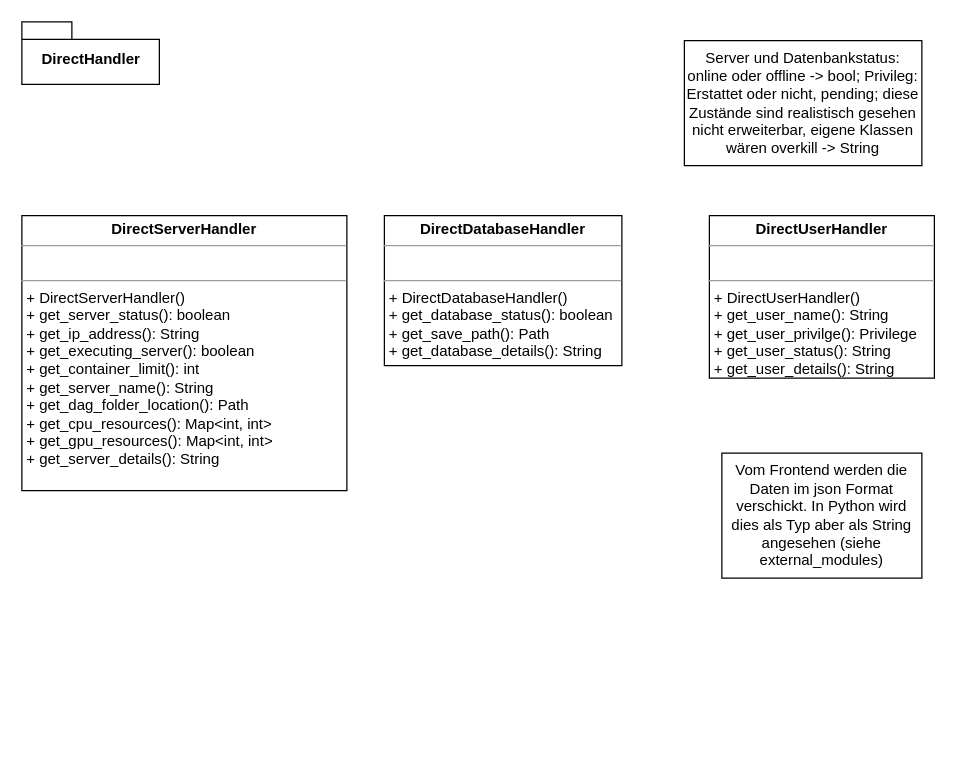
The draw.io diagram entwurf/no_logic_hardware.drawio in soerenray/MatFlow, before the edit. Source tidied: cells renumbered, new cells numbered last; positions are measured from the earlier drawing's top-left corner, leaving out a move shared by most shapes. Both pictures are drawn from the tidied source at 125%, with x=0, y=0 at pixel (21, 21).
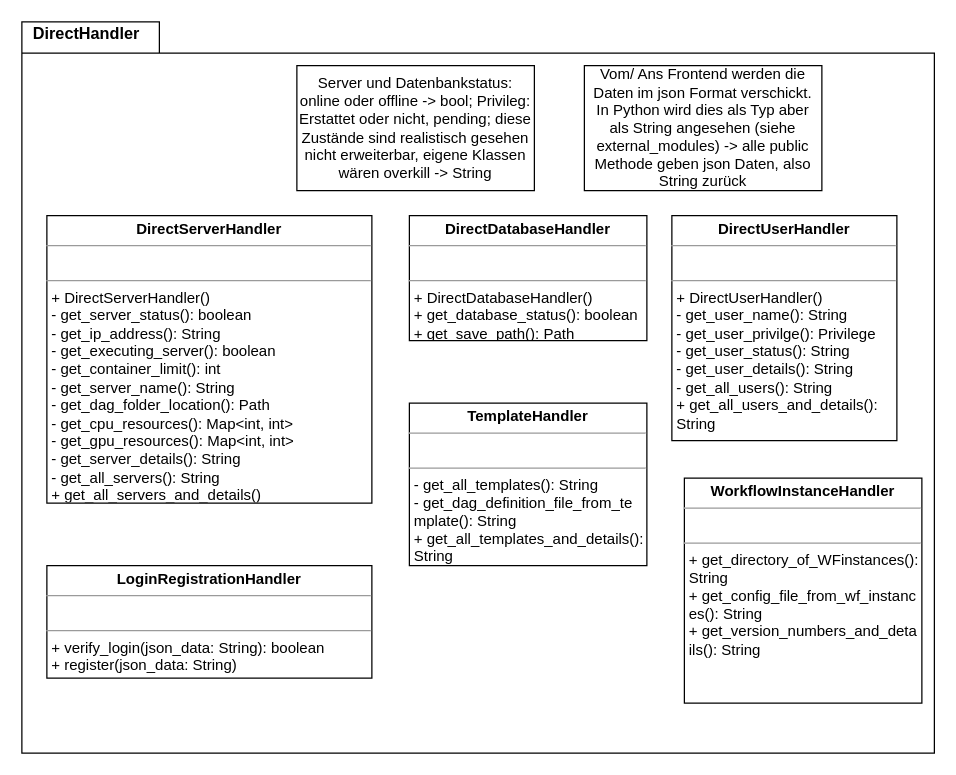
After the change.

Commit message (it also covers changes not shown here):
Added Alessandro's things

The edit, as a diff of the source:
```diff
@@
 <mxGraphModel>
   <root>
     <mxCell id="0" />
     <mxCell id="1" parent="0" />
+    <mxCell id="4" value="&lt;font style=&quot;font-size: 13px&quot;&gt;&amp;nbsp; DirectHandler&lt;/font&gt;" style="shape=folder;fontStyle=1;spacingTop=-5;tabWidth=110;tabHeight=25;tabPosition=left;html=1;verticalAlign=top;align=left;fontSize=13;" parent="1" vertex="1">
+      <mxGeometry width="730" height="585" as="geometry" />
+    </mxCell>
-    <mxCell id="2" value="&lt;p style=&quot;margin: 0px ; margin-top: 4px ; text-align: center&quot;&gt;&lt;b&gt;DirectServerHandler&lt;/b&gt;&lt;/p&gt;&lt;hr size=&quot;1&quot;&gt;&lt;p style=&quot;margin: 0px ; margin-left: 4px&quot;&gt;&lt;br&gt;&lt;/p&gt;&lt;hr size=&quot;1&quot;&gt;&lt;p style=&quot;margin: 0px ; margin-left: 4px&quot;&gt;+ DirectServerHandler()&lt;/p&gt;&lt;p style=&quot;margin: 0px ; margin-left: 4px&quot;&gt;+ get_server_status(): boolean&lt;/p&gt;&lt;p style=&quot;margin: 0px ; margin-left: 4px&quot;&gt;+ get_ip_address(): String&lt;/p&gt;&lt;p style=&quot;margin: 0px ; margin-left: 4px&quot;&gt;+ get_executing_server(): boolean&lt;/p&gt;&lt;p style=&quot;margin: 0px ; margin-left: 4px&quot;&gt;+ get_container_limit(): int&lt;/p&gt;&lt;p style=&quot;margin: 0px ; margin-left: 4px&quot;&gt;+ get_server_name(): String&lt;/p&gt;&lt;p style=&quot;margin: 0px ; margin-left: 4px&quot;&gt;+ get_dag_folder_location(): Path&lt;/p&gt;&lt;p style=&quot;margin: 0px ; margin-left: 4px&quot;&gt;+ get_cpu_resources(): Map&amp;lt;int, int&amp;gt;&lt;/p&gt;&lt;p style=&quot;margin: 0px ; margin-left: 4px&quot;&gt;+ get_gpu_resources(): Map&amp;lt;int, int&amp;gt;&lt;/p&gt;&lt;p style=&quot;margin: 0px ; margin-left: 4px&quot;&gt;+ get_server_details(): String&lt;/p&gt;" style="verticalAlign=top;align=left;overflow=fill;fontSize=12;fontFamily=Helvetica;html=1;" parent="1" vertex="1">
-      <mxGeometry y="155" width="260" height="220" as="geometry" />
+    <mxCell id="2" value="&lt;p style=&quot;margin: 0px ; margin-top: 4px ; text-align: center&quot;&gt;&lt;b&gt;DirectServerHandler&lt;/b&gt;&lt;/p&gt;&lt;hr size=&quot;1&quot;&gt;&lt;p style=&quot;margin: 0px ; margin-left: 4px&quot;&gt;&lt;br&gt;&lt;/p&gt;&lt;hr size=&quot;1&quot;&gt;&lt;p style=&quot;margin: 0px ; margin-left: 4px&quot;&gt;+ DirectServerHandler()&lt;/p&gt;&lt;p style=&quot;margin: 0px ; margin-left: 4px&quot;&gt;- get_server_status(): boolean&lt;/p&gt;&lt;p style=&quot;margin: 0px ; margin-left: 4px&quot;&gt;- get_ip_address(): String&lt;/p&gt;&lt;p style=&quot;margin: 0px ; margin-left: 4px&quot;&gt;- get_executing_server(): boolean&lt;/p&gt;&lt;p style=&quot;margin: 0px ; margin-left: 4px&quot;&gt;- get_container_limit(): int&lt;/p&gt;&lt;p style=&quot;margin: 0px ; margin-left: 4px&quot;&gt;- get_server_name(): String&lt;/p&gt;&lt;p style=&quot;margin: 0px ; margin-left: 4px&quot;&gt;- get_dag_folder_location(): Path&lt;/p&gt;&lt;p style=&quot;margin: 0px ; margin-left: 4px&quot;&gt;- get_cpu_resources(): Map&amp;lt;int, int&amp;gt;&lt;/p&gt;&lt;p style=&quot;margin: 0px ; margin-left: 4px&quot;&gt;- get_gpu_resources(): Map&amp;lt;int, int&amp;gt;&lt;/p&gt;&lt;p style=&quot;margin: 0px ; margin-left: 4px&quot;&gt;- get_server_details(): String&lt;/p&gt;&lt;p style=&quot;margin: 0px ; margin-left: 4px&quot;&gt;- get_all_servers(): String&lt;/p&gt;&lt;p style=&quot;margin: 0px ; margin-left: 4px&quot;&gt;+ get_all_servers_and_details()&lt;/p&gt;" style="verticalAlign=top;align=left;overflow=fill;fontSize=12;fontFamily=Helvetica;html=1;" parent="1" vertex="1">
+      <mxGeometry x="20" y="155" width="260" height="230" as="geometry" />
     </mxCell>
-    <mxCell id="3" value="&lt;p style=&quot;margin: 0px ; margin-top: 4px ; text-align: center&quot;&gt;&lt;b&gt;DirectDatabaseHandler&lt;/b&gt;&lt;/p&gt;&lt;hr size=&quot;1&quot;&gt;&lt;p style=&quot;margin: 0px ; margin-left: 4px&quot;&gt;&lt;br&gt;&lt;/p&gt;&lt;hr size=&quot;1&quot;&gt;&lt;p style=&quot;margin: 0px ; margin-left: 4px&quot;&gt;+ DirectDatabaseHandler()&lt;/p&gt;&lt;p style=&quot;margin: 0px ; margin-left: 4px&quot;&gt;+ get_database_status(): boolean&lt;/p&gt;&lt;p style=&quot;margin: 0px ; margin-left: 4px&quot;&gt;+ get_save_path(): Path&lt;/p&gt;&lt;p style=&quot;margin: 0px ; margin-left: 4px&quot;&gt;+ get_database_details(): String&lt;/p&gt;&lt;p style=&quot;margin: 0px ; margin-left: 4px&quot;&gt;&lt;br&gt;&lt;/p&gt;" style="verticalAlign=top;align=left;overflow=fill;fontSize=12;fontFamily=Helvetica;html=1;" parent="1" vertex="1">
-      <mxGeometry x="290" y="155" width="190" height="120" as="geometry" />
+    <mxCell id="3" value="&lt;p style=&quot;margin: 0px ; margin-top: 4px ; text-align: center&quot;&gt;&lt;b&gt;DirectDatabaseHandler&lt;/b&gt;&lt;/p&gt;&lt;hr size=&quot;1&quot;&gt;&lt;p style=&quot;margin: 0px ; margin-left: 4px&quot;&gt;&lt;br&gt;&lt;/p&gt;&lt;hr size=&quot;1&quot;&gt;&lt;p style=&quot;margin: 0px ; margin-left: 4px&quot;&gt;+ DirectDatabaseHandler()&lt;/p&gt;&lt;p style=&quot;margin: 0px ; margin-left: 4px&quot;&gt;+ get_database_status(): boolean&lt;/p&gt;&lt;p style=&quot;margin: 0px ; margin-left: 4px&quot;&gt;+ get_save_path(): Path&lt;/p&gt;&lt;p style=&quot;margin: 0px ; margin-left: 4px&quot;&gt;&lt;br&gt;&lt;/p&gt;" style="verticalAlign=top;align=left;overflow=fill;fontSize=12;fontFamily=Helvetica;html=1;" parent="1" vertex="1">
+      <mxGeometry x="310" y="155" width="190" height="100" as="geometry" />
     </mxCell>
-    <mxCell id="4" value="DirectHandler" style="shape=folder;fontStyle=1;spacingTop=10;tabWidth=40;tabHeight=14;tabPosition=left;html=1;" parent="1" vertex="1">
-      <mxGeometry width="110" height="50" as="geometry" />
-    </mxCell>
-    <mxCell id="5" value="&lt;p style=&quot;margin: 0px ; margin-top: 4px ; text-align: center&quot;&gt;&lt;b&gt;DirectUserHandler&lt;/b&gt;&lt;/p&gt;&lt;hr size=&quot;1&quot;&gt;&lt;p style=&quot;margin: 0px ; margin-left: 4px&quot;&gt;&lt;br&gt;&lt;/p&gt;&lt;hr size=&quot;1&quot;&gt;&lt;p style=&quot;margin: 0px ; margin-left: 4px&quot;&gt;+ DirectUserHandler()&lt;/p&gt;&lt;p style=&quot;margin: 0px ; margin-left: 4px&quot;&gt;+ get_user_name(): String&lt;/p&gt;&lt;p style=&quot;margin: 0px ; margin-left: 4px&quot;&gt;+ get_user_privilge(): Privilege&lt;/p&gt;&lt;p style=&quot;margin: 0px ; margin-left: 4px&quot;&gt;+ get_user_status(): String&lt;/p&gt;&lt;p style=&quot;margin: 0px ; margin-left: 4px&quot;&gt;+ get_user_details(): String&lt;/p&gt;" style="verticalAlign=top;align=left;overflow=fill;fontSize=12;fontFamily=Helvetica;html=1;" parent="1" vertex="1">
-      <mxGeometry x="550" y="155" width="180" height="130" as="geometry" />
+    <mxCell id="5" value="&lt;p style=&quot;margin: 0px ; margin-top: 4px ; text-align: center&quot;&gt;&lt;b&gt;DirectUserHandler&lt;/b&gt;&lt;/p&gt;&lt;hr size=&quot;1&quot;&gt;&lt;p style=&quot;margin: 0px ; margin-left: 4px&quot;&gt;&lt;br&gt;&lt;/p&gt;&lt;hr size=&quot;1&quot;&gt;&lt;p style=&quot;margin: 0px ; margin-left: 4px&quot;&gt;+ DirectUserHandler()&lt;/p&gt;&lt;p style=&quot;margin: 0px ; margin-left: 4px&quot;&gt;- get_user_name(): String&lt;/p&gt;&lt;p style=&quot;margin: 0px ; margin-left: 4px&quot;&gt;- get_user_privilge(): Privilege&lt;/p&gt;&lt;p style=&quot;margin: 0px ; margin-left: 4px&quot;&gt;- get_user_status(): String&lt;/p&gt;&lt;p style=&quot;margin: 0px ; margin-left: 4px&quot;&gt;- get_user_details(): String&lt;/p&gt;&lt;p style=&quot;margin: 0px ; margin-left: 4px&quot;&gt;- get_all_users(): String&lt;/p&gt;&lt;p style=&quot;margin: 0px ; margin-left: 4px&quot;&gt;+ get_all_users_and_details():&lt;/p&gt;&lt;p style=&quot;margin: 0px ; margin-left: 4px&quot;&gt;String&lt;/p&gt;" style="verticalAlign=top;align=left;overflow=fill;fontSize=12;fontFamily=Helvetica;html=1;" parent="1" vertex="1">
+      <mxGeometry x="520" y="155" width="180" height="180" as="geometry" />
     </mxCell>
     <mxCell id="6" value="Server und Datenbankstatus: online oder offline -&amp;gt; bool; Privileg: Erstattet oder nicht, pending; diese Zustände sind realistisch gesehen nicht erweiterbar, eigene Klassen wären overkill -&amp;gt; String" style="rounded=0;whiteSpace=wrap;html=1;" parent="1" vertex="1">
-      <mxGeometry x="530" y="15" width="190" height="100" as="geometry" />
+      <mxGeometry x="220" y="35" width="190" height="100" as="geometry" />
     </mxCell>
-    <mxCell id="7" value="Vom Frontend werden die Daten im json Format verschickt. In Python wird dies als Typ aber als String angesehen (siehe external_modules)" style="rounded=0;whiteSpace=wrap;html=1;" parent="1" vertex="1">
-      <mxGeometry x="560" y="345" width="160" height="100" as="geometry" />
+    <mxCell id="7" value="Vom/ Ans Frontend werden die Daten im json Format verschickt. In Python wird dies als Typ aber als String angesehen (siehe external_modules) -&amp;gt; alle public Methode geben json Daten, also String zurück" style="rounded=0;whiteSpace=wrap;html=1;" parent="1" vertex="1">
+      <mxGeometry x="450" y="35" width="190" height="100" as="geometry" />
     </mxCell>
+    <mxCell id="8" value="&lt;p style=&quot;margin: 0px ; margin-top: 4px ; text-align: center&quot;&gt;&lt;b&gt;LoginRegistrationHandler&lt;/b&gt;&lt;/p&gt;&lt;hr size=&quot;1&quot;&gt;&lt;p style=&quot;margin: 0px ; margin-left: 4px&quot;&gt;&lt;br&gt;&lt;/p&gt;&lt;hr size=&quot;1&quot;&gt;&lt;p style=&quot;margin: 0px ; margin-left: 4px&quot;&gt;+ verify_login(json_data: String): boolean&lt;/p&gt;&lt;p style=&quot;margin: 0px ; margin-left: 4px&quot;&gt;+ register(json_data: String)&lt;/p&gt;" style="verticalAlign=top;align=left;overflow=fill;fontSize=12;fontFamily=Helvetica;html=1;" parent="1" vertex="1">
+      <mxGeometry x="20" y="435" width="260" height="90" as="geometry" />
+    </mxCell>
+    <mxCell id="9" value="&lt;p style=&quot;margin: 0px ; margin-top: 4px ; text-align: center&quot;&gt;&lt;b&gt;TemplateHandler&lt;/b&gt;&lt;/p&gt;&lt;hr size=&quot;1&quot;&gt;&lt;p style=&quot;margin: 0px ; margin-left: 4px&quot;&gt;&lt;br&gt;&lt;/p&gt;&lt;hr size=&quot;1&quot;&gt;&lt;p style=&quot;margin: 0px ; margin-left: 4px&quot;&gt;- get_all_templates(): String&lt;/p&gt;&lt;p style=&quot;margin: 0px ; margin-left: 4px&quot;&gt;- get_dag_definition_file_from_te&lt;/p&gt;&lt;p style=&quot;margin: 0px ; margin-left: 4px&quot;&gt;mplate(): String&lt;/p&gt;&lt;p style=&quot;margin: 0px ; margin-left: 4px&quot;&gt;+ get_all_templates_and_details():&lt;/p&gt;&lt;p style=&quot;margin: 0px ; margin-left: 4px&quot;&gt;String&lt;/p&gt;&lt;p style=&quot;margin: 0px ; margin-left: 4px&quot;&gt;&lt;br&gt;&lt;/p&gt;" style="verticalAlign=top;align=left;overflow=fill;fontSize=12;fontFamily=Helvetica;html=1;" parent="1" vertex="1">
+      <mxGeometry x="310" y="305" width="190" height="130" as="geometry" />
+    </mxCell>
+    <mxCell id="10" value="&lt;p style=&quot;margin: 0px ; margin-top: 4px ; text-align: center&quot;&gt;&lt;b&gt;WorkflowInstanceHandler&lt;/b&gt;&lt;/p&gt;&lt;hr size=&quot;1&quot;&gt;&lt;p style=&quot;margin: 0px ; margin-left: 4px&quot;&gt;&lt;br&gt;&lt;/p&gt;&lt;hr size=&quot;1&quot;&gt;&lt;p style=&quot;margin: 0px ; margin-left: 4px&quot;&gt;+ get_directory_of_WFinstances():&amp;nbsp;&lt;/p&gt;&lt;p style=&quot;margin: 0px ; margin-left: 4px&quot;&gt;String&lt;/p&gt;&lt;p style=&quot;margin: 0px ; margin-left: 4px&quot;&gt;+ get_config_file_from_wf_instanc&lt;/p&gt;&lt;p style=&quot;margin: 0px ; margin-left: 4px&quot;&gt;es(): String&lt;/p&gt;&lt;p style=&quot;margin: 0px ; margin-left: 4px&quot;&gt;+ get_version_numbers_and_deta&lt;/p&gt;&lt;p style=&quot;margin: 0px ; margin-left: 4px&quot;&gt;ils(): String&lt;/p&gt;" style="verticalAlign=top;align=left;overflow=fill;fontSize=12;fontFamily=Helvetica;html=1;" parent="1" vertex="1">
+      <mxGeometry x="530" y="365" width="190" height="180" as="geometry" />
+    </mxCell>
   </root>
 </mxGraphModel>
```
